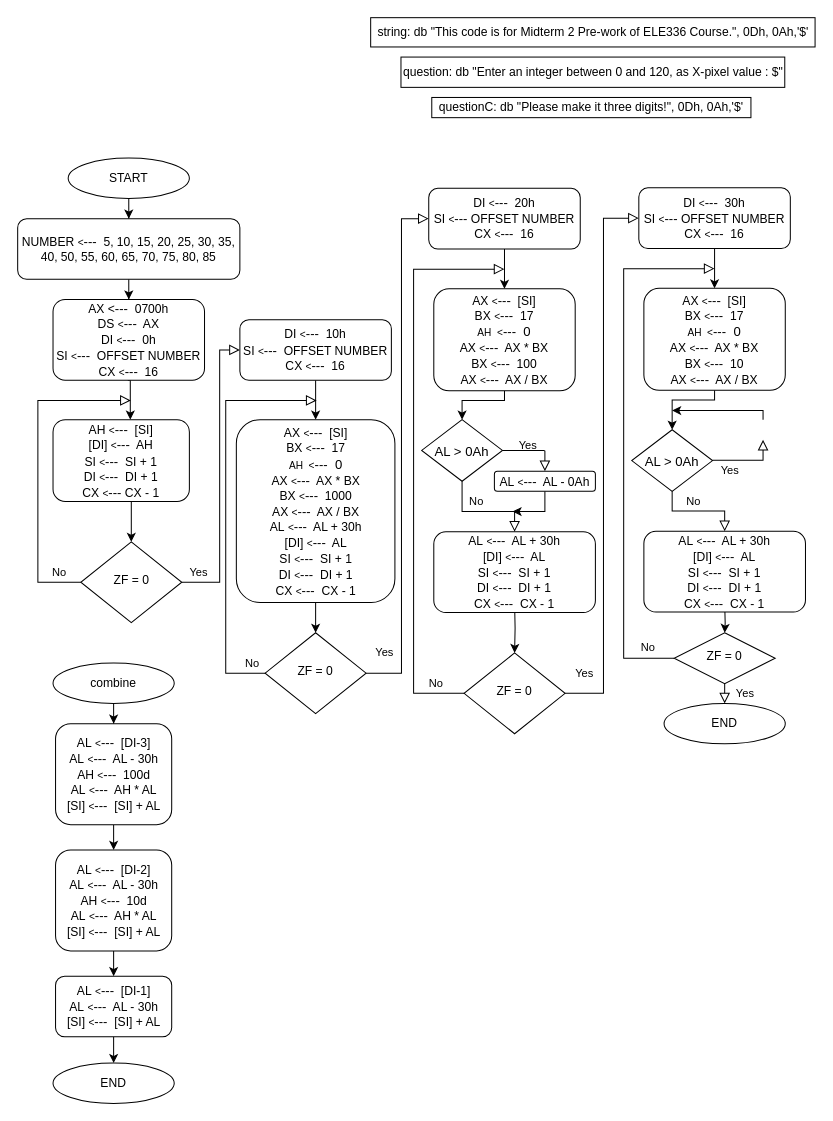
mmuurraatt/My-Projects-On-Github keeps this draw.io diagram as finalQ5.drawio. Above is the earlier version. Source tidied: cells renumbered, new cells numbered last; positions are measured from the earlier drawing's top-left corner, leaving out a move shared by most shapes. Both pictures are drawn from the tidied source at 101%, with x=0, y=0 at pixel (17, 17).
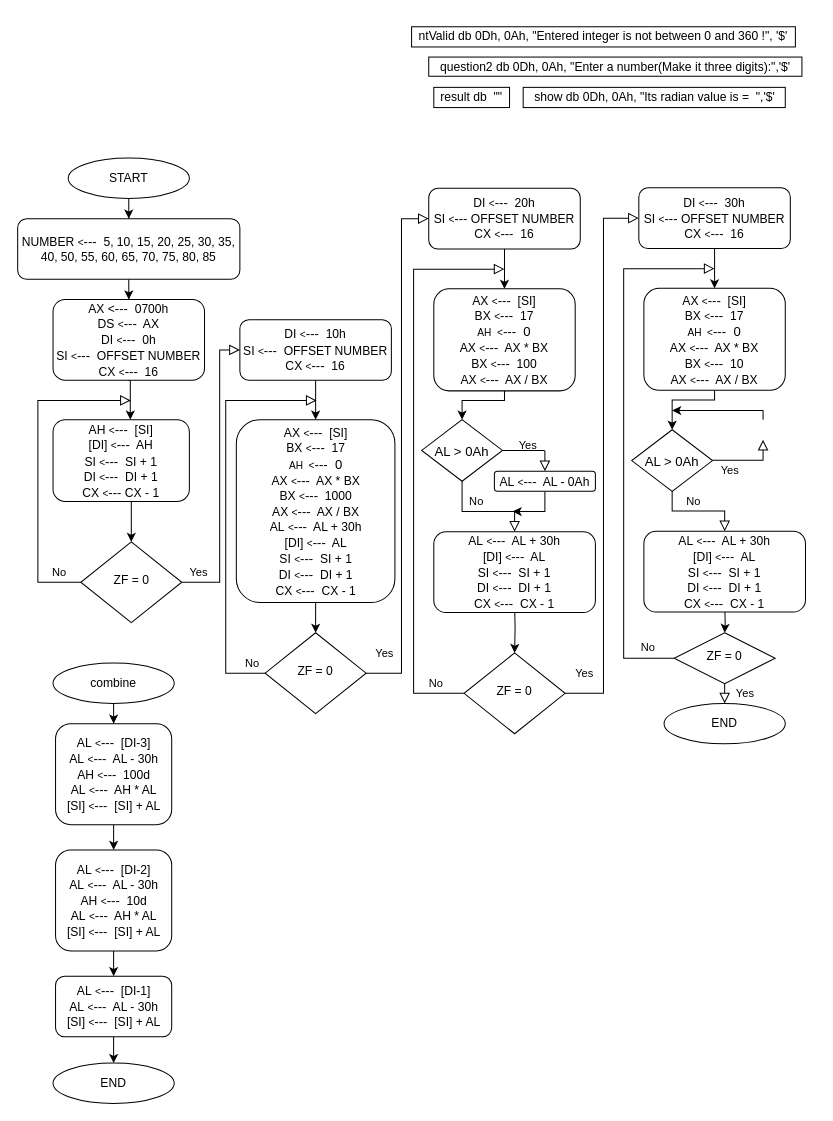
The same page after the edit.

Change to the diagram source:
```diff
@@
-    <mxCell id="61" value="string: db &quot;This code is for Midterm 2 Pre-work of ELE336 Course.&quot;, 0Dh, 0Ah,'$'" style="rounded=0;whiteSpace=wrap;html=1;" parent="1" vertex="1">
-      <mxGeometry x="349.5" width="440" height="29" as="geometry" />
+    <mxCell id="61" value="question2 db 0Dh, 0Ah, &quot;Enter a number(Make it three digits):&quot;,'$'" style="rounded=0;whiteSpace=wrap;html=1;" parent="1" vertex="1">
+      <mxGeometry x="407" y="39" width="369.5" height="19" as="geometry" />
     </mxCell>
-    <mxCell id="62" value="question: db &quot;Enter an integer between 0 and 120, as X-pixel value : $&quot;" style="rounded=0;whiteSpace=wrap;html=1;" parent="1" vertex="1">
-      <mxGeometry x="379.5" y="39" width="380" height="30" as="geometry" />
+    <mxCell id="62" value="show db 0Dh, 0Ah, &quot;Its radian value is =&amp;nbsp; &quot;,'$'" style="rounded=0;whiteSpace=wrap;html=1;" parent="1" vertex="1">
+      <mxGeometry x="500.5" y="69" width="259.5" height="20" as="geometry" />
     </mxCell>
-    <mxCell id="63" value="questionC: db &quot;Please make it three digits!&quot;, 0Dh, 0Ah,'$'" style="rounded=0;whiteSpace=wrap;html=1;" parent="1" vertex="1">
-      <mxGeometry x="410" y="79" width="316" height="20" as="geometry" />
+    <mxCell id="63" value="ntValid db 0Dh, 0Ah, &quot;Entered integer is not between 0 and 360 !&quot;, '$'" style="rounded=0;whiteSpace=wrap;html=1;" parent="1" vertex="1">
+      <mxGeometry x="390" y="9" width="380" height="20" as="geometry" />
     </mxCell>
+    <mxCell id="64" value="result db&amp;nbsp; &quot;&quot;" style="rounded=0;whiteSpace=wrap;html=1;" parent="1" vertex="1">
+      <mxGeometry x="412" y="69" width="75" height="20" as="geometry" />
+    </mxCell>
```
